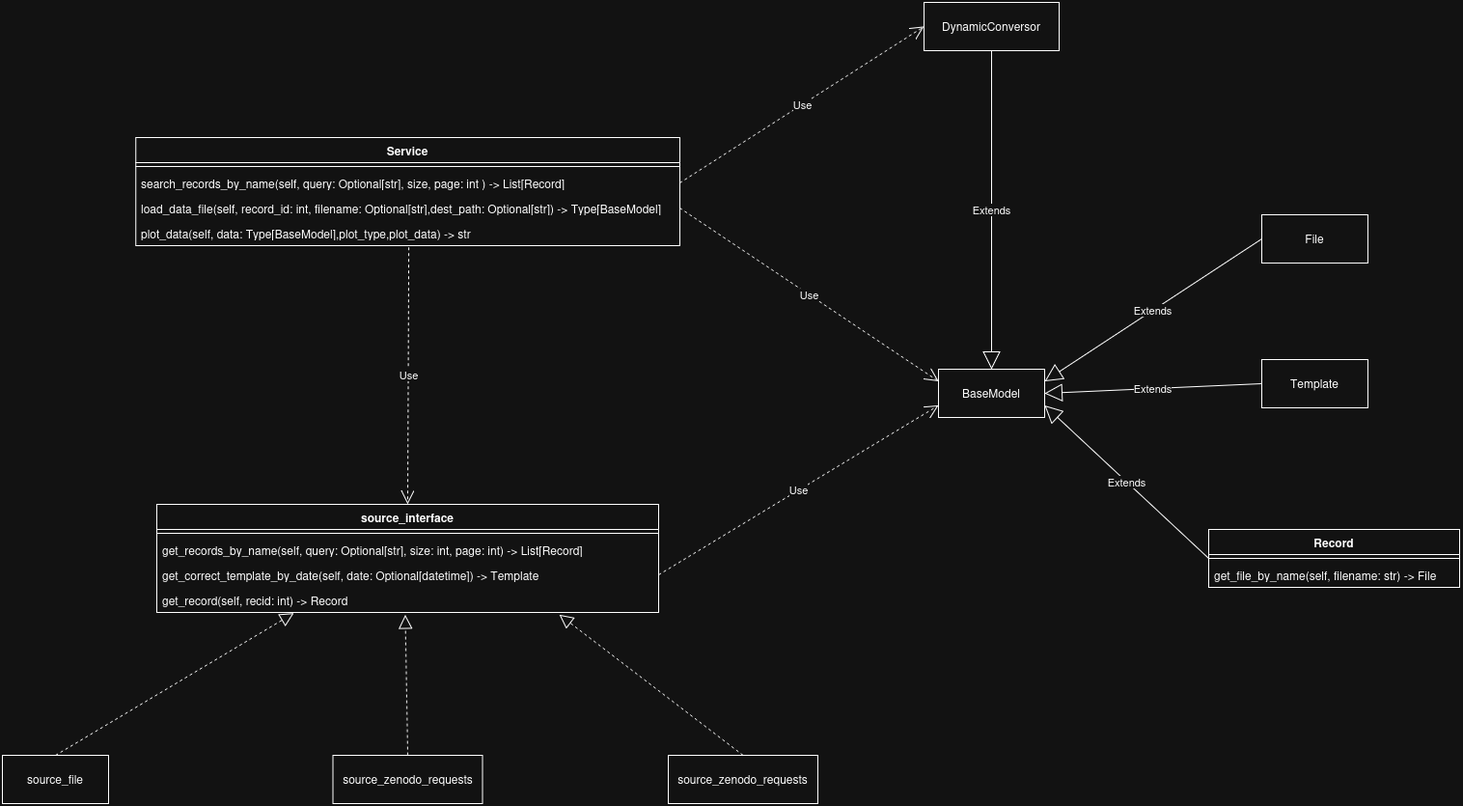
sergio-legazpi/hflav-python-library keeps this draw.io diagram as docs/Class Diagram.png. Above is the earlier version. Source tidied: cells renumbered, new cells last; positions are measured from the earlier drawing's top-left corner, leaving out a move shared by most shapes.
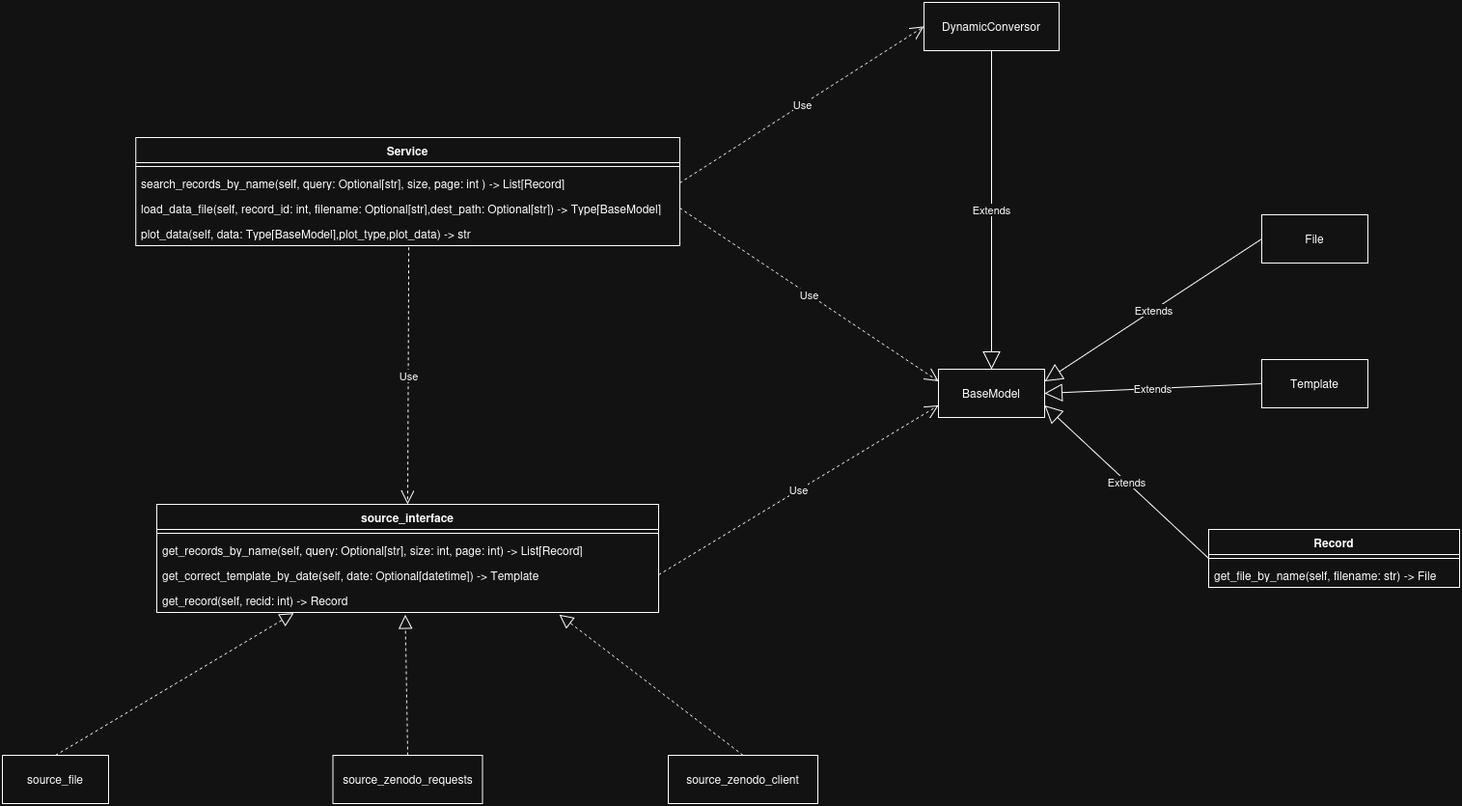
The same file after the commit.

Commit message:
Change class diagram class name

What changed in the source:
```diff
@@ -29,7 +29,7 @@
     <mxCell id="10" style="endArrow=block;dashed=1;endFill=0;endSize=12;html=1;rounded=0;entryX=0.495;entryY=1.087;entryDx=0;entryDy=0;entryPerimeter=0;exitX=0.5;exitY=0;exitDx=0;exitDy=0;" parent="1" edge="1" source="9" target="6">
       <mxGeometry relative="1" as="geometry" />
     </mxCell>
-    <mxCell id="11" value="source_zenodo_requests" style="html=1;whiteSpace=wrap;" parent="1" vertex="1">
+    <mxCell id="11" value="source_zenodo_client" style="html=1;whiteSpace=wrap;" parent="1" vertex="1">
       <mxGeometry x="690" y="780" width="155" height="50" as="geometry" />
     </mxCell>
     <mxCell id="12" style="endArrow=block;dashed=1;endFill=0;endSize=12;html=1;rounded=0;entryX=0.802;entryY=1.087;entryDx=0;entryDy=0;entryPerimeter=0;exitX=0.5;exitY=0;exitDx=0;exitDy=0;" parent="1" edge="1" source="11" target="6">
```
